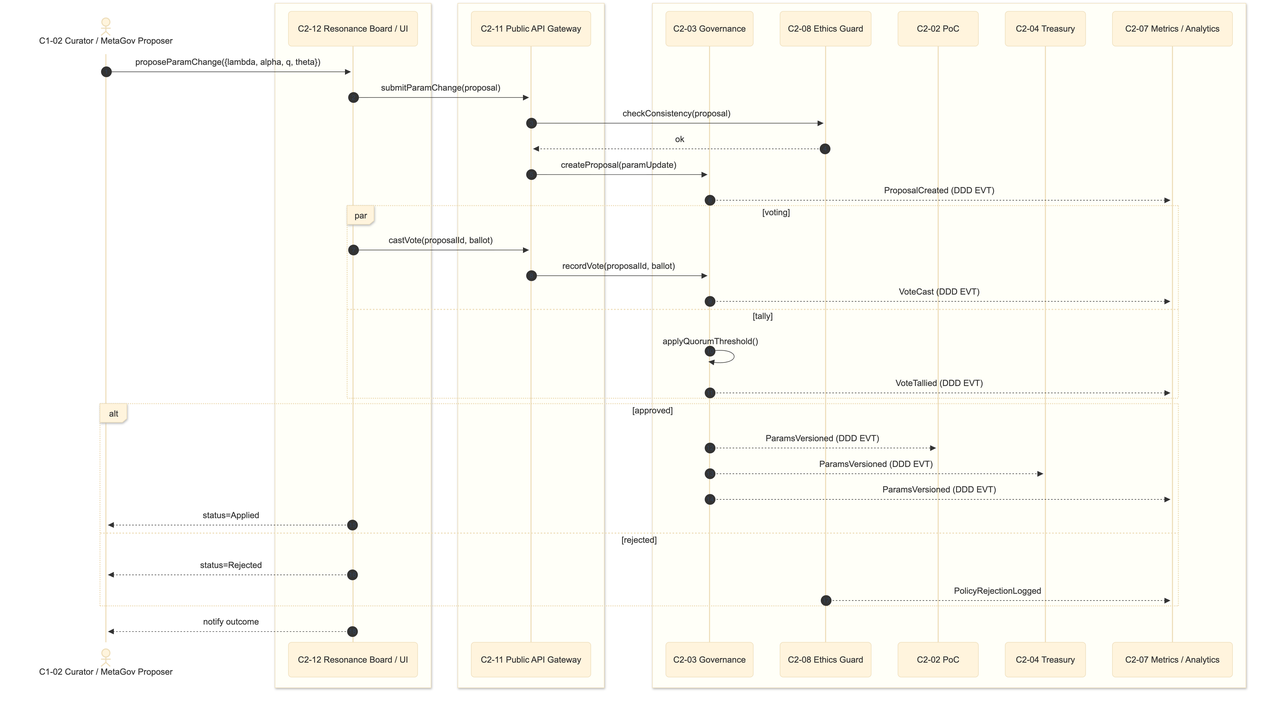
Before: assets/diagrams/C4_sequences/C4-07_Rule_Evolution_Parameter_Versioning_q.png, a diagram exported from Mermaid (coherosphere/architecture). Its source is kept beside it as assets/diagrams/C4_sequences/C4-07_Rule_Evolution_Parameter_Versioning_q.mmd.
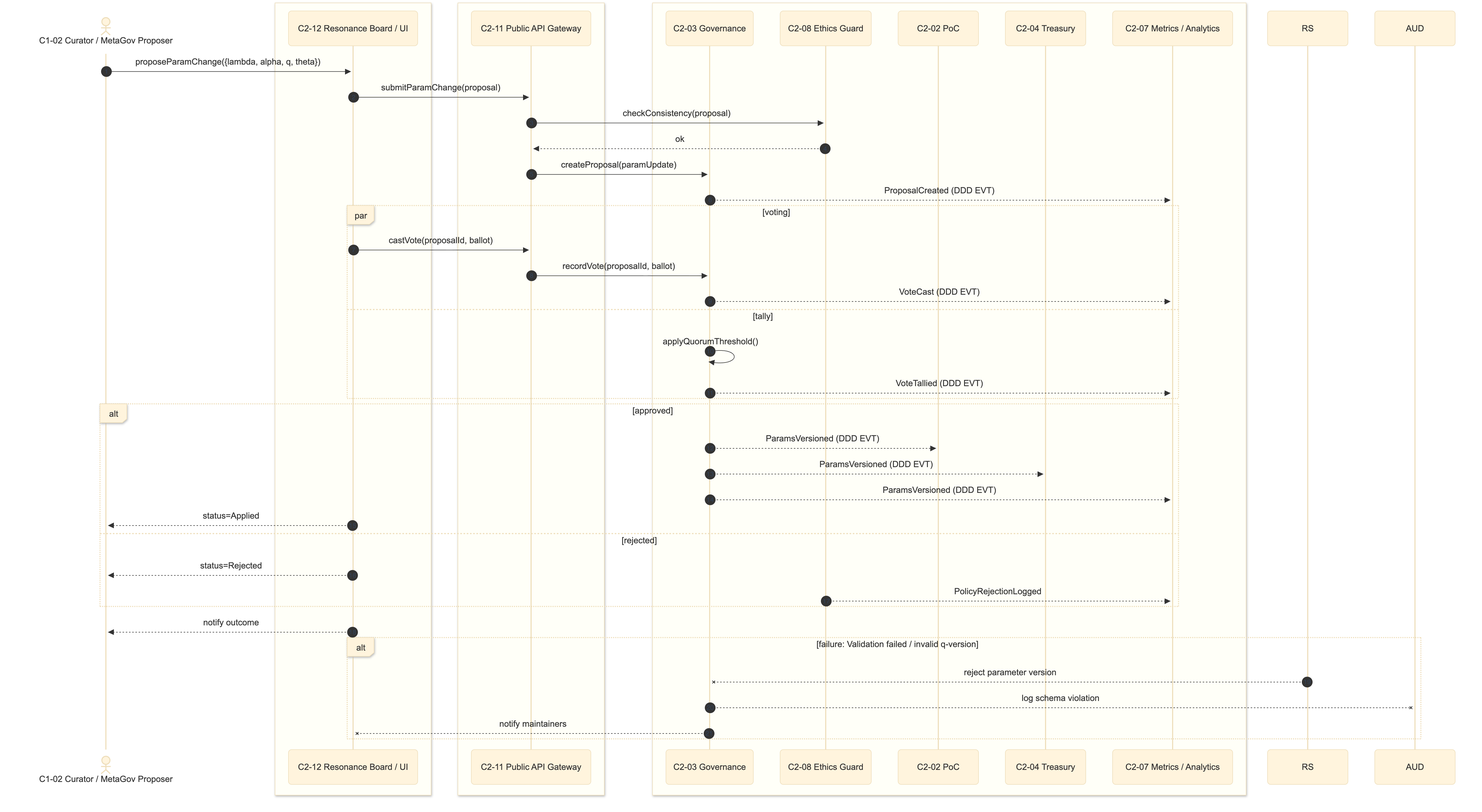
Above is the later version.

Change to the diagram source:
```diff
@@ -48,3 +48,9 @@
 end
 
 UI -->> C: notify outcome
+
+alt failure: Validation failed / invalid q-version
+  RS  --x GOV: reject parameter version
+  GOV --x AUD: log schema violation
+  GOV --x UI: notify maintainers
+end
```
